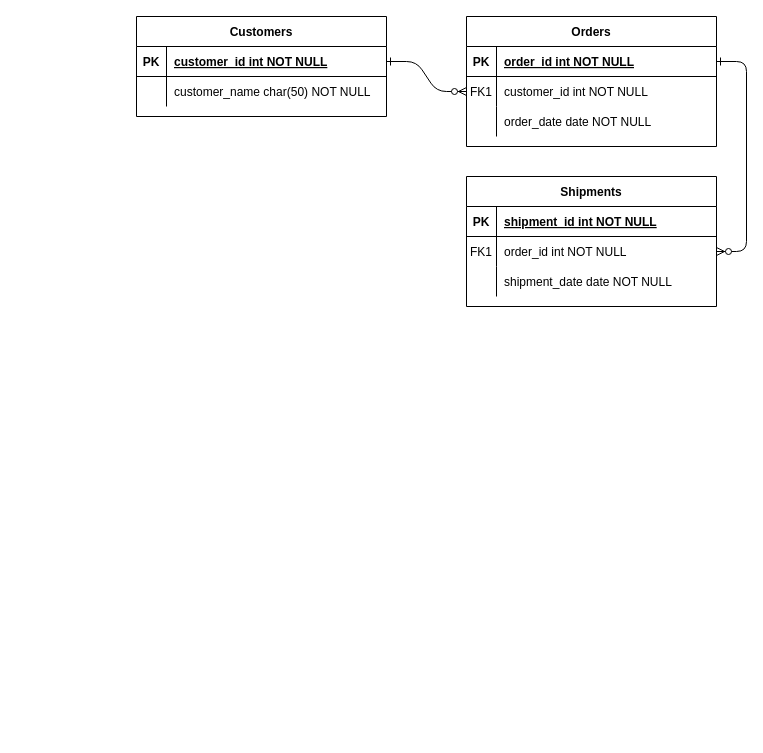
Earlier version of the draw.io diagram documents/Untitled Diagram.drawio (ardiananta/docTest). Source tidied: cells renumbered, new cells numbered last; positions are measured from the earlier drawing's top-left corner, leaving out a move shared by most shapes. Both pictures are drawn from the tidied source at 100%, with x=0, y=0 at pixel (136, 16).
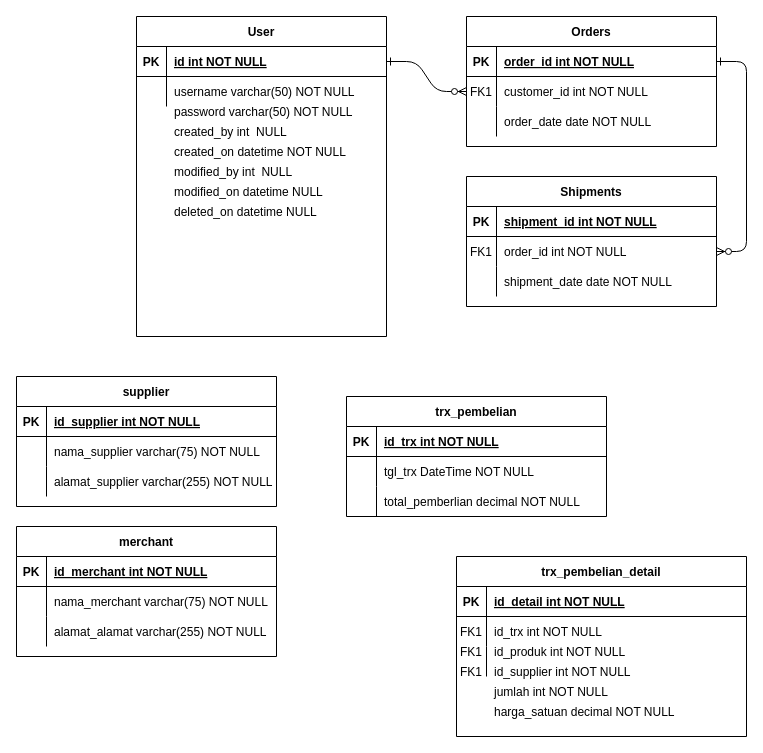
The same page after the edit.

The change refers to these unchanged cells:
```xml
<mxCell id="25" style="shape=partialRectangle;fillColor=none;points=[[0,0.5],[1,0.5]];portConstraint=eastwest;top=0;left=0;right=0;bottom=1;" parent="24" vertex="1">
  <mxGeometry y="30" width="250" height="30" as="geometry" />
</mxCell>
<mxCell id="28" style="shape=partialRectangle;fillColor=none;top=0;left=0;right=0;bottom=0;" parent="24" vertex="1">
  <mxGeometry y="60" width="250" height="30" as="geometry" />
</mxCell>
```

Diff of the diagram source:
```diff
@@
-    <mxCell id="24" value="Customers" style="shape=table;startSize=30;childLayout=tableLayout;rowLines=0;fontStyle=1;align=center;" parent="1" vertex="1">
-      <mxGeometry width="250" height="100" as="geometry" />
+    <mxCell id="24" value="User" style="shape=table;startSize=30;childLayout=tableLayout;rowLines=0;fontStyle=1;align=center;" parent="1" vertex="1">
+      <mxGeometry width="250" height="320" as="geometry" />
     </mxCell>
@@
-    <mxCell id="27" value="customer_id int NOT NULL " style="shape=partialRectangle;overflow=hidden;fillColor=none;top=0;left=0;bottom=0;right=0;align=left;spacingLeft=6;fontStyle=5;" parent="25" vertex="1">
+    <mxCell id="27" value="id int NOT NULL " style="shape=partialRectangle;overflow=hidden;fillColor=none;top=0;left=0;bottom=0;right=0;align=left;spacingLeft=6;fontStyle=5;" parent="25" vertex="1">
       <mxGeometry x="30" width="220" height="30" as="geometry" />
     </mxCell>
@@
-    <mxCell id="30" value="customer_name char(50) NOT NULL" style="shape=partialRectangle;overflow=hidden;fillColor=none;top=0;left=0;bottom=0;right=0;align=left;spacingLeft=6;" parent="28" vertex="1">
+    <mxCell id="30" value="username varchar(50) NOT NULL" style="shape=partialRectangle;overflow=hidden;fillColor=none;top=0;left=0;bottom=0;right=0;align=left;spacingLeft=6;" parent="28" vertex="1">
       <mxGeometry x="30" width="220" height="30" as="geometry" />
     </mxCell>
+    <mxCell id="31" style="shape=partialRectangle;fillColor=none;top=0;left=0;right=0;bottom=0;" parent="1" vertex="1">
+      <mxGeometry y="80" width="250" height="30" as="geometry" />
+    </mxCell>
+    <mxCell id="32" style="shape=partialRectangle;overflow=hidden;fillColor=none;top=0;left=0;bottom=0;right=0;" parent="31" vertex="1">
+      <mxGeometry width="30" height="30" as="geometry" />
+    </mxCell>
+    <mxCell id="33" value="password varchar(50) NOT NULL" style="shape=partialRectangle;overflow=hidden;fillColor=none;top=0;left=0;bottom=0;right=0;align=left;spacingLeft=6;" parent="31" vertex="1">
+      <mxGeometry x="30" width="220" height="30" as="geometry" />
+    </mxCell>
+    <mxCell id="34" style="shape=partialRectangle;fillColor=none;top=0;left=0;right=0;bottom=0;" parent="1" vertex="1">
+      <mxGeometry y="100" width="250" height="30" as="geometry" />
+    </mxCell>
+    <mxCell id="35" style="shape=partialRectangle;overflow=hidden;fillColor=none;top=0;left=0;bottom=0;right=0;" parent="34" vertex="1">
+      <mxGeometry width="30" height="30" as="geometry" />
+    </mxCell>
+    <mxCell id="36" value="created_by int  NULL" style="shape=partialRectangle;overflow=hidden;fillColor=none;top=0;left=0;bottom=0;right=0;align=left;spacingLeft=6;" parent="34" vertex="1">
+      <mxGeometry x="30" width="220" height="30" as="geometry" />
+    </mxCell>
+    <mxCell id="37" style="shape=partialRectangle;fillColor=none;top=0;left=0;right=0;bottom=0;" parent="1" vertex="1">
+      <mxGeometry y="120" width="250" height="30" as="geometry" />
+    </mxCell>
+    <mxCell id="38" style="shape=partialRectangle;overflow=hidden;fillColor=none;top=0;left=0;bottom=0;right=0;" parent="37" vertex="1">
+      <mxGeometry width="30" height="30" as="geometry" />
+    </mxCell>
+    <mxCell id="39" value="created_on datetime NOT NULL" style="shape=partialRectangle;overflow=hidden;fillColor=none;top=0;left=0;bottom=0;right=0;align=left;spacingLeft=6;" parent="37" vertex="1">
+      <mxGeometry x="30" width="220" height="30" as="geometry" />
+    </mxCell>
+    <mxCell id="40" style="shape=partialRectangle;fillColor=none;top=0;left=0;right=0;bottom=0;" parent="1" vertex="1">
+      <mxGeometry y="140" width="250" height="30" as="geometry" />
+    </mxCell>
+    <mxCell id="41" style="shape=partialRectangle;overflow=hidden;fillColor=none;top=0;left=0;bottom=0;right=0;" parent="40" vertex="1">
+      <mxGeometry width="30" height="30" as="geometry" />
+    </mxCell>
+    <mxCell id="42" value="modified_by int  NULL" style="shape=partialRectangle;overflow=hidden;fillColor=none;top=0;left=0;bottom=0;right=0;align=left;spacingLeft=6;" parent="40" vertex="1">
+      <mxGeometry x="30" width="220" height="30" as="geometry" />
+    </mxCell>
+    <mxCell id="43" style="shape=partialRectangle;fillColor=none;top=0;left=0;right=0;bottom=0;" parent="1" vertex="1">
+      <mxGeometry y="160" width="250" height="30" as="geometry" />
+    </mxCell>
+    <mxCell id="44" style="shape=partialRectangle;overflow=hidden;fillColor=none;top=0;left=0;bottom=0;right=0;" parent="43" vertex="1">
+      <mxGeometry width="30" height="30" as="geometry" />
+    </mxCell>
+    <mxCell id="45" value="modified_on datetime NULL" style="shape=partialRectangle;overflow=hidden;fillColor=none;top=0;left=0;bottom=0;right=0;align=left;spacingLeft=6;" parent="43" vertex="1">
+      <mxGeometry x="30" width="220" height="30" as="geometry" />
+    </mxCell>
+    <mxCell id="46" style="shape=partialRectangle;fillColor=none;top=0;left=0;right=0;bottom=0;" parent="1" vertex="1">
+      <mxGeometry y="180" width="250" height="30" as="geometry" />
+    </mxCell>
+    <mxCell id="47" style="shape=partialRectangle;overflow=hidden;fillColor=none;top=0;left=0;bottom=0;right=0;" parent="46" vertex="1">
+      <mxGeometry width="30" height="30" as="geometry" />
+    </mxCell>
+    <mxCell id="48" value="deleted_on datetime NULL" style="shape=partialRectangle;overflow=hidden;fillColor=none;top=0;left=0;bottom=0;right=0;align=left;spacingLeft=6;" parent="46" vertex="1">
+      <mxGeometry x="30" width="220" height="30" as="geometry" />
+    </mxCell>
+    <mxCell id="49" value="supplier" style="shape=table;startSize=30;childLayout=tableLayout;rowLines=0;fontStyle=1;align=center;" parent="1" vertex="1">
+      <mxGeometry x="-120" y="360" width="260" height="130" as="geometry" />
+    </mxCell>
+    <mxCell id="50" style="shape=partialRectangle;fillColor=none;top=0;left=0;right=0;bottom=1;" parent="49" vertex="1">
+      <mxGeometry y="30" width="260" height="30" as="geometry" />
+    </mxCell>
+    <mxCell id="51" value="PK" style="shape=partialRectangle;overflow=hidden;fillColor=none;top=0;left=0;bottom=0;right=0;fontStyle=1;" parent="50" vertex="1">
+      <mxGeometry width="30" height="30" as="geometry" />
+    </mxCell>
+    <mxCell id="52" value="id_supplier int NOT NULL " style="shape=partialRectangle;overflow=hidden;fillColor=none;top=0;left=0;bottom=0;right=0;align=left;spacingLeft=6;fontStyle=5;" parent="50" vertex="1">
+      <mxGeometry x="30" width="230" height="30" as="geometry" />
+    </mxCell>
+    <mxCell id="53" style="shape=partialRectangle;fillColor=none;top=0;left=0;right=0;bottom=0;" parent="49" vertex="1">
+      <mxGeometry y="60" width="260" height="30" as="geometry" />
+    </mxCell>
+    <mxCell id="54" style="shape=partialRectangle;overflow=hidden;fillColor=none;top=0;left=0;bottom=0;right=0;" parent="53" vertex="1">
+      <mxGeometry width="30" height="30" as="geometry" />
+    </mxCell>
+    <mxCell id="55" value="nama_supplier varchar(75) NOT NULL" style="shape=partialRectangle;overflow=hidden;fillColor=none;top=0;left=0;bottom=0;right=0;align=left;spacingLeft=6;" parent="53" vertex="1">
+      <mxGeometry x="30" width="230" height="30" as="geometry" />
+    </mxCell>
+    <mxCell id="56" style="shape=partialRectangle;fillColor=none;top=0;left=0;right=0;bottom=0;" parent="49" vertex="1">
+      <mxGeometry y="90" width="260" height="30" as="geometry" />
+    </mxCell>
+    <mxCell id="57" style="shape=partialRectangle;overflow=hidden;fillColor=none;top=0;left=0;bottom=0;right=0;" parent="56" vertex="1">
+      <mxGeometry width="30" height="30" as="geometry" />
+    </mxCell>
+    <mxCell id="58" value="alamat_supplier varchar(255) NOT NULL" style="shape=partialRectangle;overflow=hidden;fillColor=none;top=0;left=0;bottom=0;right=0;align=left;spacingLeft=6;" parent="56" vertex="1">
+      <mxGeometry x="30" width="230" height="30" as="geometry" />
+    </mxCell>
+    <mxCell id="59" value="trx_pembelian" style="shape=table;startSize=30;childLayout=tableLayout;rowLines=0;fontStyle=1;align=center;" parent="1" vertex="1">
+      <mxGeometry x="210" y="380" width="260" height="120" as="geometry" />
+    </mxCell>
+    <mxCell id="60" style="shape=partialRectangle;fillColor=none;top=0;left=0;right=0;bottom=1;" parent="59" vertex="1">
+      <mxGeometry y="30" width="260" height="30" as="geometry" />
+    </mxCell>
+    <mxCell id="61" value="PK" style="shape=partialRectangle;overflow=hidden;fillColor=none;top=0;left=0;bottom=0;right=0;fontStyle=1;" parent="60" vertex="1">
+      <mxGeometry width="30" height="30" as="geometry" />
+    </mxCell>
+    <mxCell id="62" value="id_trx int NOT NULL " style="shape=partialRectangle;overflow=hidden;fillColor=none;top=0;left=0;bottom=0;right=0;align=left;spacingLeft=6;fontStyle=5;" parent="60" vertex="1">
+      <mxGeometry x="30" width="230" height="30" as="geometry" />
+    </mxCell>
+    <mxCell id="63" style="shape=partialRectangle;fillColor=none;top=0;left=0;right=0;bottom=0;" parent="59" vertex="1">
+      <mxGeometry y="60" width="260" height="30" as="geometry" />
+    </mxCell>
+    <mxCell id="64" style="shape=partialRectangle;overflow=hidden;fillColor=none;top=0;left=0;bottom=0;right=0;" parent="63" vertex="1">
+      <mxGeometry width="30" height="30" as="geometry" />
+    </mxCell>
+    <mxCell id="65" value="tgl_trx DateTime NOT NULL" style="shape=partialRectangle;overflow=hidden;fillColor=none;top=0;left=0;bottom=0;right=0;align=left;spacingLeft=6;" parent="63" vertex="1">
+      <mxGeometry x="30" width="230" height="30" as="geometry" />
+    </mxCell>
+    <mxCell id="66" style="shape=partialRectangle;fillColor=none;top=0;left=0;right=0;bottom=0;" parent="59" vertex="1">
+      <mxGeometry y="90" width="260" height="30" as="geometry" />
+    </mxCell>
+    <mxCell id="67" style="shape=partialRectangle;overflow=hidden;fillColor=none;top=0;left=0;bottom=0;right=0;" parent="66" vertex="1">
+      <mxGeometry width="30" height="30" as="geometry" />
+    </mxCell>
+    <mxCell id="68" value="total_pemberlian decimal NOT NULL" style="shape=partialRectangle;overflow=hidden;fillColor=none;top=0;left=0;bottom=0;right=0;align=left;spacingLeft=6;" parent="66" vertex="1">
+      <mxGeometry x="30" width="230" height="30" as="geometry" />
+    </mxCell>
+    <mxCell id="69" style="group;" parent="1" vertex="1">
+      <mxGeometry x="320" y="540" width="290" height="180" as="geometry" />
+    </mxCell>
+    <mxCell id="70" value="trx_pembelian_detail" style="shape=table;startSize=30;childLayout=tableLayout;rowLines=0;fontStyle=1;align=center;" parent="69" vertex="1">
+      <mxGeometry width="290" height="180" as="geometry" />
+    </mxCell>
+    <mxCell id="71" style="shape=partialRectangle;fillColor=none;top=0;left=0;right=0;bottom=1;" parent="70" vertex="1">
+      <mxGeometry y="30" width="290" height="30" as="geometry" />
+    </mxCell>
+    <mxCell id="72" value="PK" style="shape=partialRectangle;overflow=hidden;fillColor=none;top=0;left=0;bottom=0;right=0;fontStyle=1;" parent="71" vertex="1">
+      <mxGeometry width="30" height="30" as="geometry" />
+    </mxCell>
+    <mxCell id="73" value="id_detail int NOT NULL " style="shape=partialRectangle;overflow=hidden;fillColor=none;top=0;left=0;bottom=0;right=0;align=left;spacingLeft=6;fontStyle=5;" parent="71" vertex="1">
+      <mxGeometry x="30" width="260" height="30" as="geometry" />
+    </mxCell>
+    <mxCell id="74" style="shape=partialRectangle;fillColor=none;top=0;left=0;right=0;bottom=0;" parent="70" vertex="1">
+      <mxGeometry y="60" width="290" height="30" as="geometry" />
+    </mxCell>
+    <mxCell id="75" style="shape=partialRectangle;overflow=hidden;fillColor=none;top=0;left=0;bottom=0;right=0;" parent="74" vertex="1">
+      <mxGeometry width="30" height="30" as="geometry" />
+    </mxCell>
+    <mxCell id="76" value="id_trx int NOT NULL" style="shape=partialRectangle;overflow=hidden;fillColor=none;top=0;left=0;bottom=0;right=0;align=left;spacingLeft=6;" parent="74" vertex="1">
+      <mxGeometry x="30" width="260" height="30" as="geometry" />
+    </mxCell>
+    <mxCell id="77" style="shape=partialRectangle;fillColor=none;top=0;left=0;right=0;bottom=0;" parent="70" vertex="1">
+      <mxGeometry y="90" width="290" height="30" as="geometry" />
+    </mxCell>
+    <mxCell id="78" style="shape=partialRectangle;overflow=hidden;fillColor=none;top=0;left=0;bottom=0;right=0;" parent="77" vertex="1">
+      <mxGeometry width="30" height="30" as="geometry" />
+    </mxCell>
+    <mxCell id="79" style="shape=partialRectangle;overflow=hidden;fillColor=none;top=0;left=0;bottom=0;right=0;align=left;spacingLeft=6;" parent="77" vertex="1">
+      <mxGeometry x="30" width="260" height="30" as="geometry" />
+    </mxCell>
+    <mxCell id="80" value="FK1" style="shape=partialRectangle;overflow=hidden;fillColor=none;top=0;left=0;bottom=0;right=0;" parent="69" vertex="1">
+      <mxGeometry y="60" width="30" height="30" as="geometry" />
+    </mxCell>
+    <mxCell id="81" value="FK1" style="shape=partialRectangle;overflow=hidden;fillColor=none;top=0;left=0;bottom=0;right=0;" parent="69" vertex="1">
+      <mxGeometry y="80" width="30" height="30" as="geometry" />
+    </mxCell>
+    <mxCell id="82" value="FK1" style="shape=partialRectangle;overflow=hidden;fillColor=none;top=0;left=0;bottom=0;right=0;" parent="69" vertex="1">
+      <mxGeometry y="100" width="30" height="30" as="geometry" />
+    </mxCell>
+    <mxCell id="83" value="id_produk int NOT NULL" style="shape=partialRectangle;overflow=hidden;fillColor=none;top=0;left=0;bottom=0;right=0;align=left;spacingLeft=6;" parent="69" vertex="1">
+      <mxGeometry x="30" y="80" width="260" height="30" as="geometry" />
+    </mxCell>
+    <mxCell id="84" value="id_supplier int NOT NULL" style="shape=partialRectangle;overflow=hidden;fillColor=none;top=0;left=0;bottom=0;right=0;align=left;spacingLeft=6;" parent="69" vertex="1">
+      <mxGeometry x="30" y="100" width="260" height="30" as="geometry" />
+    </mxCell>
+    <mxCell id="85" value="jumlah int NOT NULL" style="shape=partialRectangle;overflow=hidden;fillColor=none;top=0;left=0;bottom=0;right=0;align=left;spacingLeft=6;" parent="69" vertex="1">
+      <mxGeometry x="30" y="120" width="260" height="30" as="geometry" />
+    </mxCell>
+    <mxCell id="86" value="harga_satuan decimal NOT NULL" style="shape=partialRectangle;overflow=hidden;fillColor=none;top=0;left=0;bottom=0;right=0;align=left;spacingLeft=6;" parent="69" vertex="1">
+      <mxGeometry x="30" y="140" width="260" height="30" as="geometry" />
+    </mxCell>
+    <mxCell id="87" value="merchant" style="shape=table;startSize=30;childLayout=tableLayout;rowLines=0;fontStyle=1;align=center;" parent="1" vertex="1">
+      <mxGeometry x="-120" y="510" width="260" height="130" as="geometry" />
+    </mxCell>
+    <mxCell id="88" style="shape=partialRectangle;fillColor=none;top=0;left=0;right=0;bottom=1;" parent="87" vertex="1">
+      <mxGeometry y="30" width="260" height="30" as="geometry" />
+    </mxCell>
+    <mxCell id="89" value="PK" style="shape=partialRectangle;overflow=hidden;fillColor=none;top=0;left=0;bottom=0;right=0;fontStyle=1;" parent="88" vertex="1">
+      <mxGeometry width="30" height="30" as="geometry" />
+    </mxCell>
+    <mxCell id="90" value="id_merchant int NOT NULL " style="shape=partialRectangle;overflow=hidden;fillColor=none;top=0;left=0;bottom=0;right=0;align=left;spacingLeft=6;fontStyle=5;" parent="88" vertex="1">
+      <mxGeometry x="30" width="230" height="30" as="geometry" />
+    </mxCell>
+    <mxCell id="91" style="shape=partialRectangle;fillColor=none;top=0;left=0;right=0;bottom=0;" parent="87" vertex="1">
+      <mxGeometry y="60" width="260" height="30" as="geometry" />
+    </mxCell>
+    <mxCell id="92" style="shape=partialRectangle;overflow=hidden;fillColor=none;top=0;left=0;bottom=0;right=0;" parent="91" vertex="1">
+      <mxGeometry width="30" height="30" as="geometry" />
+    </mxCell>
+    <mxCell id="93" value="nama_merchant varchar(75) NOT NULL" style="shape=partialRectangle;overflow=hidden;fillColor=none;top=0;left=0;bottom=0;right=0;align=left;spacingLeft=6;" parent="91" vertex="1">
+      <mxGeometry x="30" width="230" height="30" as="geometry" />
+    </mxCell>
+    <mxCell id="94" style="shape=partialRectangle;fillColor=none;top=0;left=0;right=0;bottom=0;" parent="87" vertex="1">
+      <mxGeometry y="90" width="260" height="30" as="geometry" />
+    </mxCell>
+    <mxCell id="95" style="shape=partialRectangle;overflow=hidden;fillColor=none;top=0;left=0;bottom=0;right=0;" parent="94" vertex="1">
+      <mxGeometry width="30" height="30" as="geometry" />
+    </mxCell>
+    <mxCell id="96" value="alamat_alamat varchar(255) NOT NULL" style="shape=partialRectangle;overflow=hidden;fillColor=none;top=0;left=0;bottom=0;right=0;align=left;spacingLeft=6;" parent="94" vertex="1">
+      <mxGeometry x="30" width="230" height="30" as="geometry" />
+    </mxCell>
```
